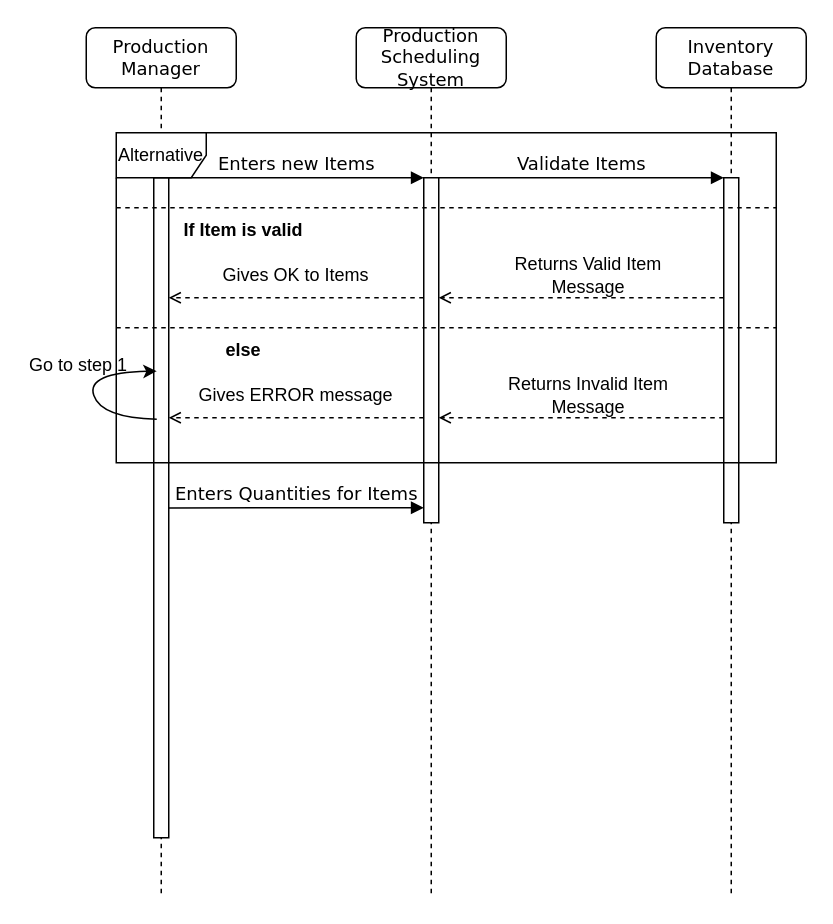
Earlier version of the draw.io diagram A2_SSD.drawio (critschris/COMP-354). Source tidied: cells renumbered, new cells numbered last; positions are measured from the earlier drawing's top-left corner, leaving out a move shared by most shapes. Both pictures are drawn from the tidied source at 150%, with x=0, y=0 at pixel (26, 27).
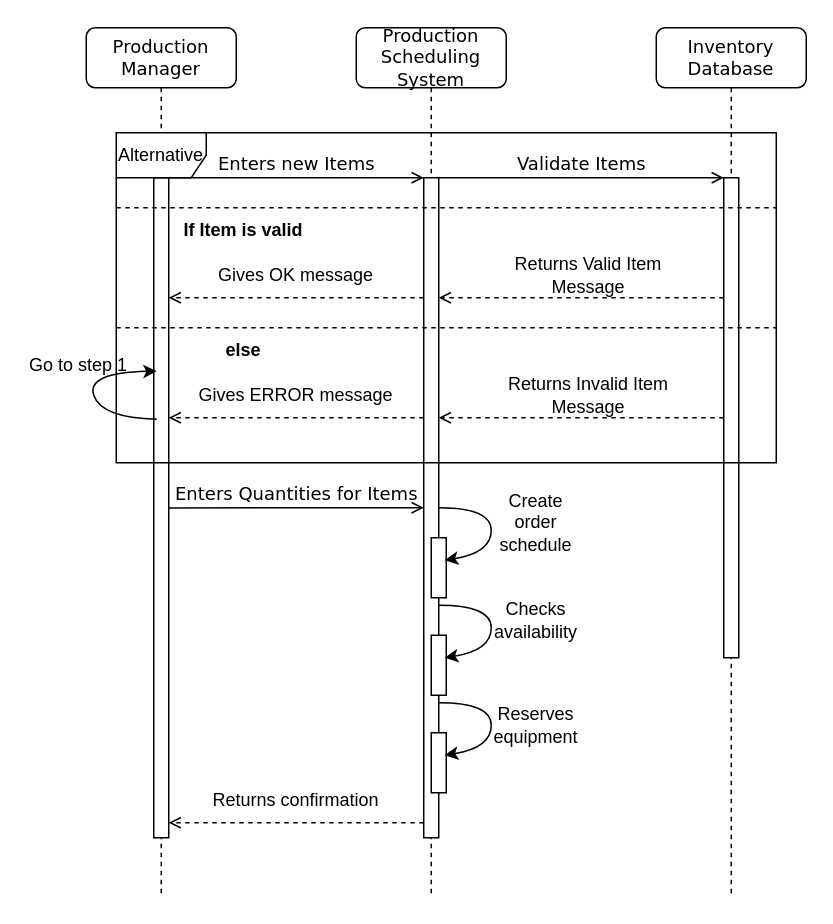
The same page after the edit.

Unchanged cells that the change refers to:
```xml
<mxCell id="2" value="Production Scheduling&lt;div&gt;System&lt;/div&gt;" style="shape=umlLifeline;perimeter=lifelinePerimeter;whiteSpace=wrap;html=1;rounded=1;shadow=0;comic=0;labelBackgroundColor=none;strokeWidth=1;fontFamily=Verdana;fontSize=12;align=center;" parent="1" vertex="1">
  <mxGeometry x="220" width="100" height="580" as="geometry" />
</mxCell>
<mxCell id="4" value="Inventory&lt;div&gt;Database&lt;/div&gt;" style="shape=umlLifeline;perimeter=lifelinePerimeter;whiteSpace=wrap;html=1;rounded=1;shadow=0;comic=0;labelBackgroundColor=none;strokeWidth=1;fontFamily=Verdana;fontSize=12;align=center;" parent="1" vertex="1">
  <mxGeometry x="420" width="100" height="580" as="geometry" />
</mxCell>
<mxCell id="7" style="html=1;points=[];perimeter=orthogonalPerimeter;rounded=0;shadow=0;comic=0;labelBackgroundColor=none;strokeWidth=1;fontFamily=Verdana;fontSize=12;align=center;" parent="6" vertex="1">
  <mxGeometry x="45" y="100" width="10" height="440" as="geometry" />
</mxCell>
<mxCell id="24" style="group;" parent="1" vertex="1">
  <mxGeometry x="95" y="150" width="170" height="30" as="geometry" />
</mxCell>
```

Diff of the diagram source:
```diff
@@
     <mxCell id="3" style="html=1;points=[];perimeter=orthogonalPerimeter;rounded=0;shadow=0;comic=0;labelBackgroundColor=none;strokeWidth=1;fontFamily=Verdana;fontSize=12;align=center;" parent="2" vertex="1">
-      <mxGeometry x="45" y="100" width="10" height="230" as="geometry" />
+      <mxGeometry x="45" y="100" width="10" height="440" as="geometry" />
     </mxCell>
+    <mxCell id="30" style="html=1;points=[];perimeter=orthogonalPerimeter;rounded=0;shadow=0;comic=0;labelBackgroundColor=none;strokeWidth=1;fontFamily=Verdana;fontSize=12;align=center;" parent="2" vertex="1">
+      <mxGeometry x="50" y="340" width="10" height="40" as="geometry" />
+    </mxCell>
@@
     <mxCell id="5" style="html=1;points=[];perimeter=orthogonalPerimeter;rounded=0;shadow=0;comic=0;labelBackgroundColor=none;strokeWidth=1;fontFamily=Verdana;fontSize=12;align=center;" parent="4" vertex="1">
-      <mxGeometry x="45" y="100" width="10" height="230" as="geometry" />
+      <mxGeometry x="45" y="100" width="10" height="320" as="geometry" />
     </mxCell>
@@
-    <mxCell id="10" value="Enters new Items" style="html=1;verticalAlign=bottom;endArrow=block;entryX=0;entryY=0;labelBackgroundColor=none;fontFamily=Verdana;fontSize=12;elbow=vertical;" parent="1" edge="1" source="7" target="3">
+    <mxCell id="10" value="Enters new Items" style="html=1;verticalAlign=bottom;endArrow=open;entryX=0;entryY=0;labelBackgroundColor=none;fontFamily=Verdana;fontSize=12;elbow=vertical;endFill=0;" parent="1" edge="1" source="7" target="3">
       <mxGeometry relative="1" as="geometry" />
     </mxCell>
-    <mxCell id="11" value="Validate Items" style="html=1;verticalAlign=bottom;endArrow=block;entryX=0;entryY=0;labelBackgroundColor=none;fontFamily=Verdana;fontSize=12;elbow=vertical;" parent="1" edge="1" source="3" target="5">
+    <mxCell id="11" value="Validate Items" style="html=1;verticalAlign=bottom;endArrow=open;entryX=0;entryY=0;labelBackgroundColor=none;fontFamily=Verdana;fontSize=12;elbow=vertical;endFill=0;" parent="1" edge="1" source="3" target="5">
       <mxGeometry relative="1" as="geometry" />
     </mxCell>
-    <mxCell id="12" value="Enters Quantities for Items" style="html=1;verticalAlign=bottom;endArrow=block;entryX=0.1;entryY=0.43;labelBackgroundColor=none;fontFamily=Verdana;fontSize=12;elbow=vertical;entryDx=0;entryDy=0;entryPerimeter=0;sourcePerimeterSpacing=0;" parent="1" edge="1">
+    <mxCell id="12" value="Enters Quantities for Items" style="html=1;verticalAlign=bottom;endArrow=open;entryX=0.1;entryY=0.43;labelBackgroundColor=none;fontFamily=Verdana;fontSize=12;elbow=vertical;entryDx=0;entryDy=0;entryPerimeter=0;sourcePerimeterSpacing=0;endFill=0;" parent="1" edge="1">
       <mxGeometry relative="1" as="geometry">
         <mxPoint x="95" y="320.1" as="sourcePoint" />
         <mxPoint x="265" y="320" as="targetPoint" />
       </mxGeometry>
     </mxCell>
@@
-    <mxCell id="26" value="Gives OK to Items" style="text;html=1;align=center;verticalAlign=middle;whiteSpace=wrap;rounded=0;" parent="24" vertex="1">
+    <mxCell id="26" value="Gives OK message" style="text;html=1;align=center;verticalAlign=middle;whiteSpace=wrap;rounded=0;" parent="24" vertex="1">
       <mxGeometry x="10" width="150" height="30" as="geometry" />
     </mxCell>
@@
+    <mxCell id="31" style="curved=1;endArrow=classic;html=1;rounded=0;entryX=0.9;entryY=0.375;entryDx=0;entryDy=0;entryPerimeter=0;" parent="1" edge="1" target="30">
+      <mxGeometry relative="1" as="geometry">
+        <mxPoint x="275" y="320" as="sourcePoint" />
+        <Array as="points">
+          <mxPoint x="310" y="320" />
+          <mxPoint x="310" y="350" />
+        </Array>
+      </mxGeometry>
+    </mxCell>
+    <mxCell id="32" value="Create order schedule" style="text;html=1;align=center;verticalAlign=middle;whiteSpace=wrap;rounded=0;" parent="1" vertex="1">
+      <mxGeometry x="310" y="315" width="60" height="30" as="geometry" />
+    </mxCell>
+    <mxCell id="33" style="html=1;points=[];perimeter=orthogonalPerimeter;rounded=0;shadow=0;comic=0;labelBackgroundColor=none;strokeWidth=1;fontFamily=Verdana;fontSize=12;align=center;" parent="1" vertex="1">
+      <mxGeometry x="270" y="405" width="10" height="40" as="geometry" />
+    </mxCell>
+    <mxCell id="34" style="curved=1;endArrow=classic;html=1;rounded=0;entryX=0.9;entryY=0.375;entryDx=0;entryDy=0;entryPerimeter=0;" parent="1" edge="1" target="33">
+      <mxGeometry relative="1" as="geometry">
+        <mxPoint x="275" y="385" as="sourcePoint" />
+        <Array as="points">
+          <mxPoint x="310" y="385" />
+          <mxPoint x="310" y="415" />
+        </Array>
+      </mxGeometry>
+    </mxCell>
+    <mxCell id="35" value="Checks availability" style="text;html=1;align=center;verticalAlign=middle;whiteSpace=wrap;rounded=0;" parent="1" vertex="1">
+      <mxGeometry x="310" y="380" width="60" height="30" as="geometry" />
+    </mxCell>
+    <mxCell id="36" style="html=1;points=[];perimeter=orthogonalPerimeter;rounded=0;shadow=0;comic=0;labelBackgroundColor=none;strokeWidth=1;fontFamily=Verdana;fontSize=12;align=center;" parent="1" vertex="1">
+      <mxGeometry x="270" y="470" width="10" height="40" as="geometry" />
+    </mxCell>
+    <mxCell id="37" style="curved=1;endArrow=classic;html=1;rounded=0;entryX=0.9;entryY=0.375;entryDx=0;entryDy=0;entryPerimeter=0;" parent="1" edge="1" target="36">
+      <mxGeometry relative="1" as="geometry">
+        <mxPoint x="275" y="450" as="sourcePoint" />
+        <Array as="points">
+          <mxPoint x="310" y="450" />
+          <mxPoint x="310" y="480" />
+        </Array>
+      </mxGeometry>
+    </mxCell>
+    <mxCell id="38" value="Reserves&lt;div&gt;equipment&lt;/div&gt;" style="text;html=1;align=center;verticalAlign=middle;whiteSpace=wrap;rounded=0;" parent="1" vertex="1">
+      <mxGeometry x="310" y="450" width="60" height="30" as="geometry" />
+    </mxCell>
+    <mxCell id="39" style="group;" parent="1" vertex="1">
+      <mxGeometry x="95" y="500" width="170" height="30" as="geometry" />
+    </mxCell>
+    <mxCell id="40" style="endArrow=open;html=1;rounded=0;entryX=1;entryY=0.226;entryDx=0;entryDy=0;entryPerimeter=0;dashed=1;endFill=0;" parent="39" edge="1">
+      <mxGeometry relative="1" as="geometry">
+        <mxPoint x="170" y="30" as="sourcePoint" />
+        <mxPoint y="30" as="targetPoint" />
+      </mxGeometry>
+    </mxCell>
+    <mxCell id="41" value="Returns confirmation" style="text;html=1;align=center;verticalAlign=middle;whiteSpace=wrap;rounded=0;" parent="39" vertex="1">
+      <mxGeometry x="10" width="150" height="30" as="geometry" />
+    </mxCell>
```
